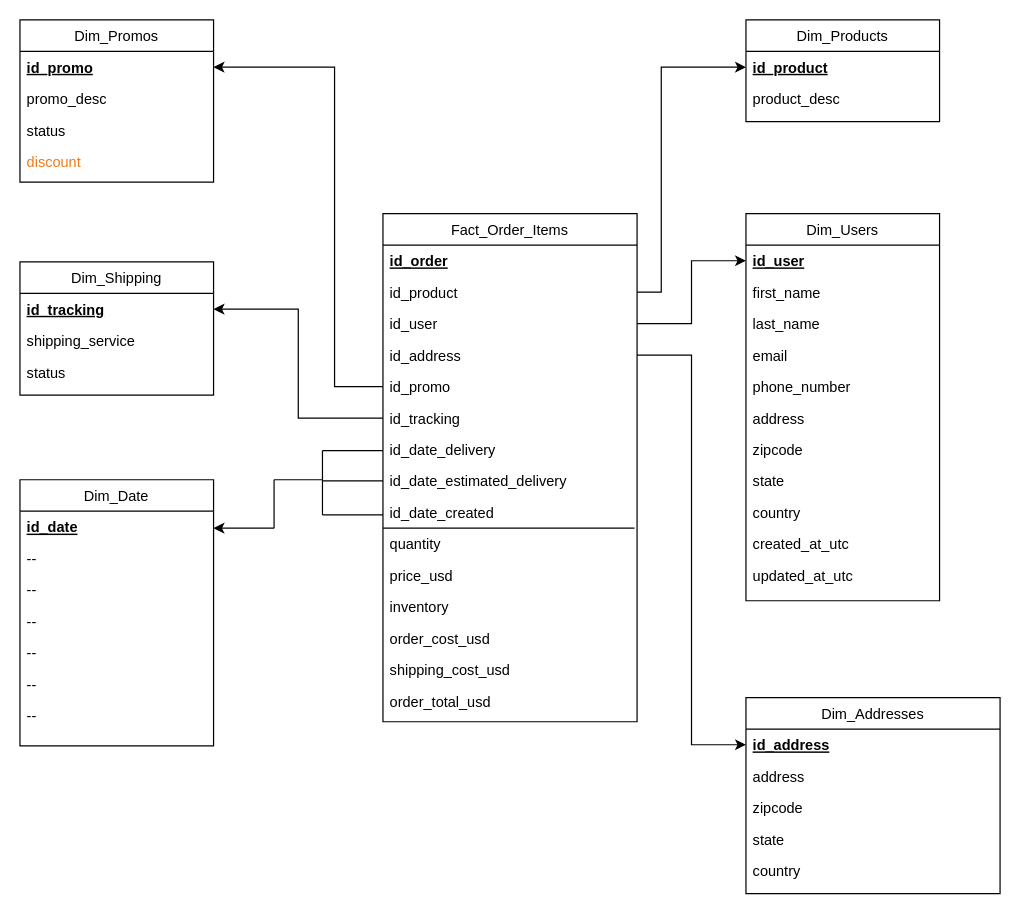
Before: Diagrama sin título.drawio in julia030798/curso_data_engineering, a draw.io diagram. Source tidied: cells renumbered, new cells numbered last; positions are measured from the earlier drawing's top-left corner, leaving out a move shared by most shapes. Both pictures are drawn from the tidied source at 121%, with x=0, y=0 at pixel (19, 19).
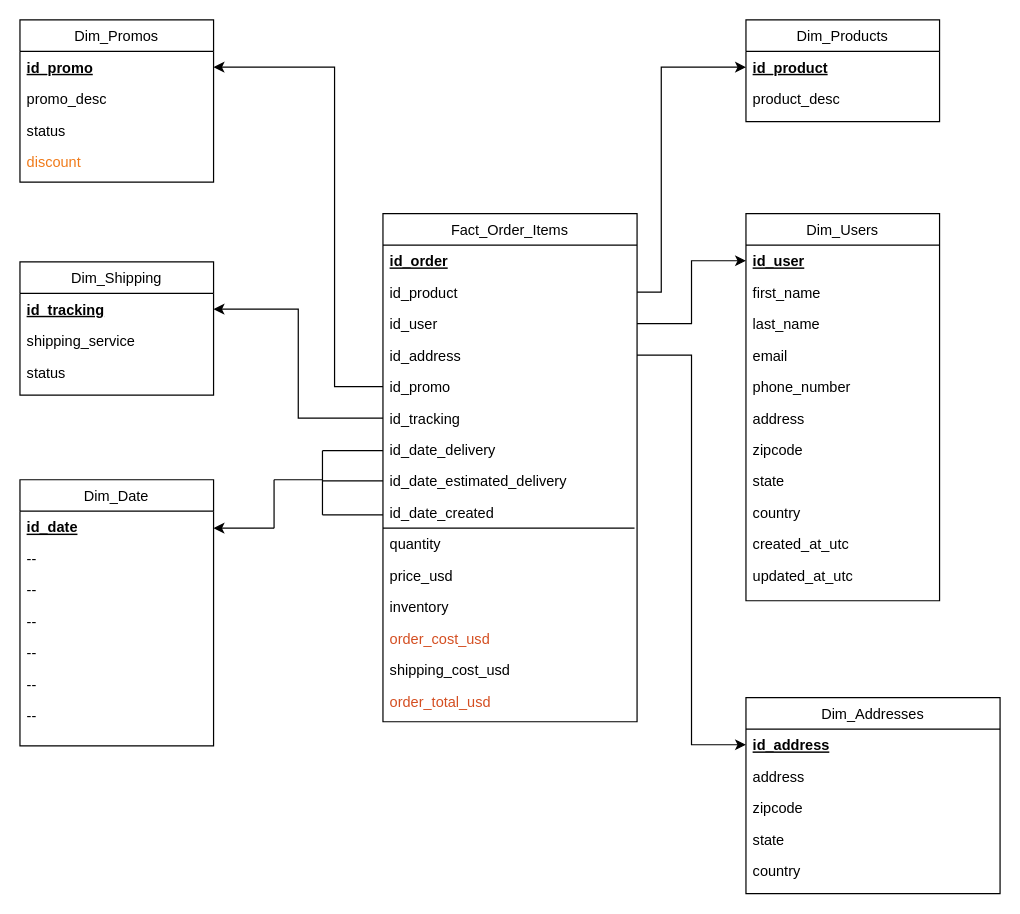
The same page after the edit.

Unchanged cells that the change refers to:
```xml
<mxCell id="41" value="Fact_Order_Items" style="swimlane;fontStyle=0;align=center;verticalAlign=top;horizontal=1;startSize=26;rounded=0;shadow=0;strokeWidth=1;" parent="40" vertex="1">
  <mxGeometry x="50" width="210" height="420" as="geometry" />
</mxCell>
```

The edit, as a diff of the source:
```diff
@@
-    <mxCell id="55" value="order_cost_usd" style="text;align=left;verticalAlign=top;spacingLeft=4;spacingRight=4;overflow=hidden;" parent="41" vertex="1">
+    <mxCell id="55" value="order_cost_usd" style="text;align=left;verticalAlign=top;spacingLeft=4;spacingRight=4;overflow=hidden;fontColor=#d44e21;" parent="41" vertex="1">
       <mxGeometry y="338" width="210" height="26" as="geometry" />
     </mxCell>
@@
-    <mxCell id="57" value="order_total_usd" style="text;align=left;verticalAlign=top;spacingLeft=4;spacingRight=4;overflow=hidden;" parent="41" vertex="1">
+    <mxCell id="57" value="order_total_usd" style="text;align=left;verticalAlign=top;spacingLeft=4;spacingRight=4;overflow=hidden;fontColor=#d44e21;" parent="41" vertex="1">
       <mxGeometry y="390" width="210" height="26" as="geometry" />
     </mxCell>
```
